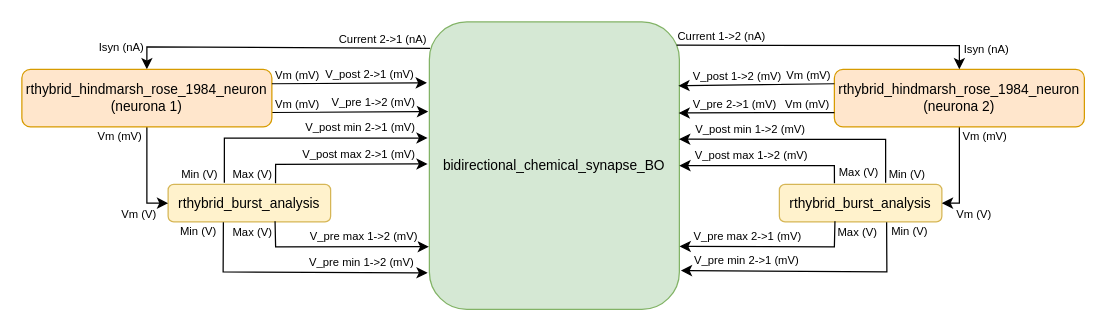
The draw.io diagram memoria/Workspace/TFG_Marco_Gómez/codigos_figuras/drawio/esquema_modulos_online_modelo.drawio in MarcoGomezHernandez/TFG, before the edit. Source tidied: cells renumbered, new cells numbered last; positions are measured from the earlier drawing's top-left corner, leaving out a move shared by most shapes. Both pictures are drawn from the tidied source at 125%, with x=0, y=0 at pixel (21, 21).
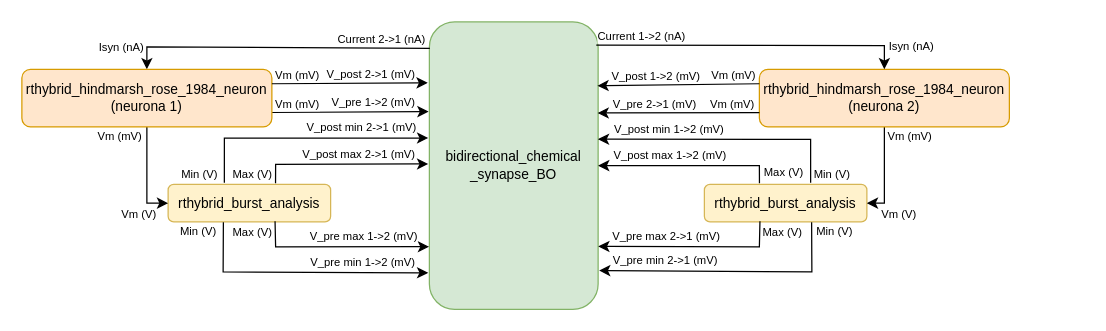
Above is the later version.

What changed in the source:
```diff
@@
-    <mxCell id="2" value="bidirectional_chemical_synapse_BO" style="rounded=1;whiteSpace=wrap;html=1;fillColor=#d5e8d4;strokeColor=#82b366;fontFamily=Helvetica;fontSize=11;" parent="1" vertex="1">
-      <mxGeometry x="326" width="200" height="230" as="geometry" />
+    <mxCell id="2" value="bidirectional_chemical&lt;div&gt;_synapse_BO&lt;/div&gt;" style="rounded=1;whiteSpace=wrap;html=1;fillColor=#d5e8d4;strokeColor=#82b366;fontFamily=Helvetica;fontSize=11;" parent="1" vertex="1">
+      <mxGeometry x="326" width="135" height="230" as="geometry" />
     </mxCell>
@@
     <mxCell id="26" value="rthybrid_burst_analysis" style="rounded=1;whiteSpace=wrap;html=1;fillColor=#fff2cc;strokeColor=#d6b656;fontFamily=Helvetica;fontSize=11;flipH=1;" parent="1" vertex="1">
-      <mxGeometry x="606" y="130" width="130" height="30" as="geometry" />
+      <mxGeometry x="546" y="130" width="130" height="30" as="geometry" />
     </mxCell>
     <mxCell id="27" style="endArrow=classic;html=1;rounded=0;entryX=1;entryY=0.5;entryDx=0;entryDy=0;exitX=0.5;exitY=1;exitDx=0;exitDy=0;fontFamily=Helvetica;fontSize=11;" parent="1" edge="1" source="36" target="26">
       <mxGeometry relative="1" as="geometry">
         <Array as="points">
-          <mxPoint x="750" y="145" />
+          <mxPoint x="690" y="145" />
         </Array>
       </mxGeometry>
     </mxCell>
@@
     <mxCell id="30" style="endArrow=classic;html=1;rounded=0;fontFamily=Helvetica;fontSize=11;exitX=0.346;exitY=-0.046;exitDx=0;exitDy=0;exitPerimeter=0;entryX=0.999;entryY=0.408;entryDx=0;entryDy=0;entryPerimeter=0;" parent="1" edge="1" source="26" target="2">
       <mxGeometry relative="1" as="geometry">
         <Array as="points">
-          <mxPoint x="691" y="94" />
+          <mxPoint x="631" y="94" />
         </Array>
       </mxGeometry>
     </mxCell>
@@
     <mxCell id="33" style="endArrow=classic;html=1;rounded=0;exitX=0.661;exitY=-0.03;exitDx=0;exitDy=0;fontFamily=Helvetica;fontSize=11;exitPerimeter=0;entryX=1;entryY=0.5;entryDx=0;entryDy=0;" parent="1" edge="1" source="26" target="2">
       <mxGeometry relative="1" as="geometry">
         <Array as="points">
-          <mxPoint x="650" y="115" />
+          <mxPoint x="590" y="115" />
         </Array>
       </mxGeometry>
     </mxCell>
@@
     <mxCell id="36" value="rthybrid_hindmarsh_rose_1984_neuron&lt;div&gt;(neurona 2)&lt;/div&gt;" style="rounded=1;whiteSpace=wrap;html=1;fillColor=#ffe6cc;strokeColor=#d79b00;fontFamily=Helvetica;fontSize=11;flipH=1;" parent="1" vertex="1">
-      <mxGeometry x="650" y="38" width="200" height="46" as="geometry" />
+      <mxGeometry x="590" y="38" width="200" height="46" as="geometry" />
     </mxCell>
     <mxCell id="37" style="endArrow=classic;html=1;rounded=0;entryX=1.001;entryY=0.781;entryDx=0;entryDy=0;fontFamily=Helvetica;fontSize=11;entryPerimeter=0;exitX=0.658;exitY=0.986;exitDx=0;exitDy=0;exitPerimeter=0;" parent="1" edge="1" source="26" target="2">
       <mxGeometry relative="1" as="geometry">
         <Array as="points">
-          <mxPoint x="650" y="180" />
+          <mxPoint x="590" y="180" />
         </Array>
       </mxGeometry>
     </mxCell>
@@
     <mxCell id="40" style="endArrow=classic;html=1;rounded=0;exitX=0.34;exitY=1.009;exitDx=0;exitDy=0;fontFamily=Helvetica;fontSize=11;entryX=1.006;entryY=0.865;entryDx=0;entryDy=0;entryPerimeter=0;exitPerimeter=0;" parent="1" edge="1" source="26" target="2">
       <mxGeometry relative="1" as="geometry">
         <Array as="points">
-          <mxPoint x="692" y="200" />
+          <mxPoint x="632" y="200" />
         </Array>
       </mxGeometry>
     </mxCell>
@@
     <mxCell id="52" style="endArrow=classic;html=1;rounded=0;entryX=0.5;entryY=0;entryDx=0;entryDy=0;exitX=0.989;exitY=0.081;exitDx=0;exitDy=0;fontFamily=Helvetica;fontSize=11;exitPerimeter=0;" parent="1" edge="1" source="2" target="36">
       <mxGeometry relative="1" as="geometry">
         <Array as="points">
-          <mxPoint x="750" y="19" />
+          <mxPoint x="690" y="19" />
         </Array>
       </mxGeometry>
     </mxCell>
@@
     <mxCell id="54" value="&lt;span style=&quot;text-align: left;&quot;&gt;Isyn (nA)&lt;/span&gt;" style="edgeLabel;html=1;align=right;verticalAlign=bottom;fontFamily=Helvetica;fontSize=9;" parent="52" vertex="1">
       <mxGeometry x="1" relative="1" as="geometry">
-        <mxPoint x="40" y="-9" as="offset" />
+        <mxPoint x="40" y="-11" as="offset" />
       </mxGeometry>
     </mxCell>
```
